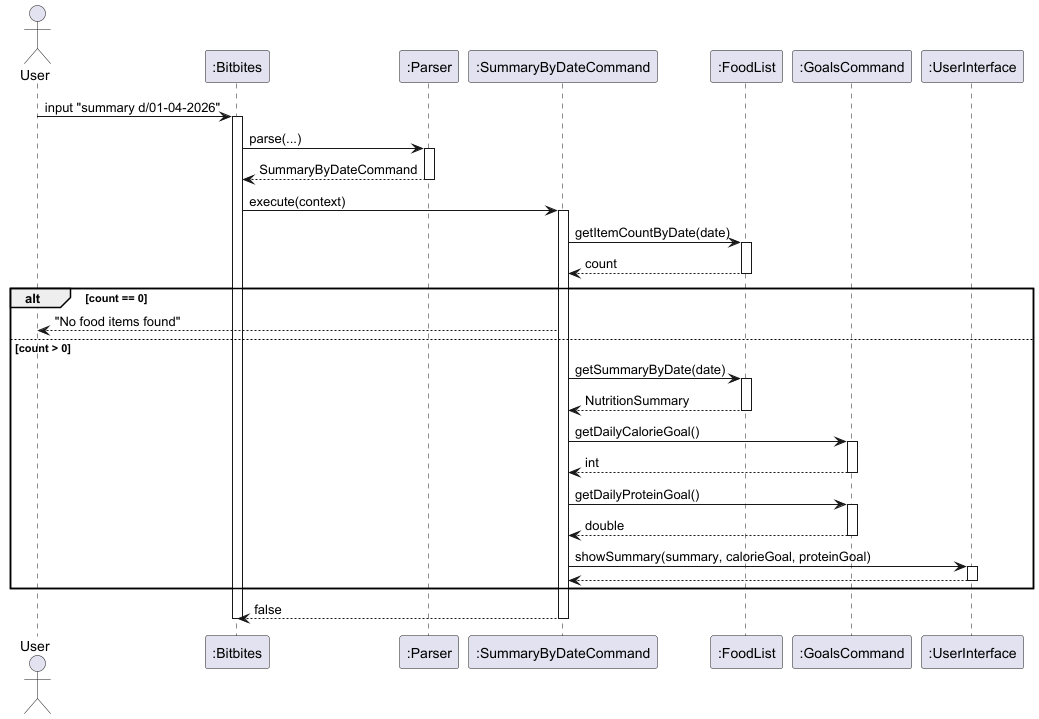
The PlantUML diagram docs/uml/summary_date.png in bryanyeo3125/tp, before a commit. Source of this version:
```plantuml
@startuml
actor User
participant ":Bitbites" as Bitbites
participant ":Parser" as Parser
participant ":SummaryByDateCommand" as Cmd
participant ":FoodList" as FoodList
participant ":GoalsCommand" as Goals
participant ":UserInterface" as UI

User -> Bitbites : input "summary d/01-04-2026"
activate Bitbites

Bitbites -> Parser : parse(...)
activate Parser
Parser --> Bitbites : SummaryByDateCommand
deactivate Parser

Bitbites -> Cmd : execute(context)
activate Cmd

Cmd -> FoodList : getItemCountByDate(date)
activate FoodList
FoodList --> Cmd : count
deactivate FoodList

alt count == 0
    Cmd --> User : "No food items found"
else count > 0
    Cmd -> FoodList : getSummaryByDate(date)
    activate FoodList
    FoodList --> Cmd : NutritionSummary
    deactivate FoodList

    Cmd -> Goals : getDailyCalorieGoal()
    activate Goals
    Goals --> Cmd : int
    deactivate Goals

    Cmd -> Goals : getDailyProteinGoal()
    activate Goals
    Goals --> Cmd : double
    deactivate Goals

    Cmd -> UI : showSummary(summary, calorieGoal, proteinGoal)
    activate UI
    UI --> Cmd
    deactivate UI
end

Cmd --> Bitbites : false
deactivate Cmd
deactivate Bitbites
@enduml
```
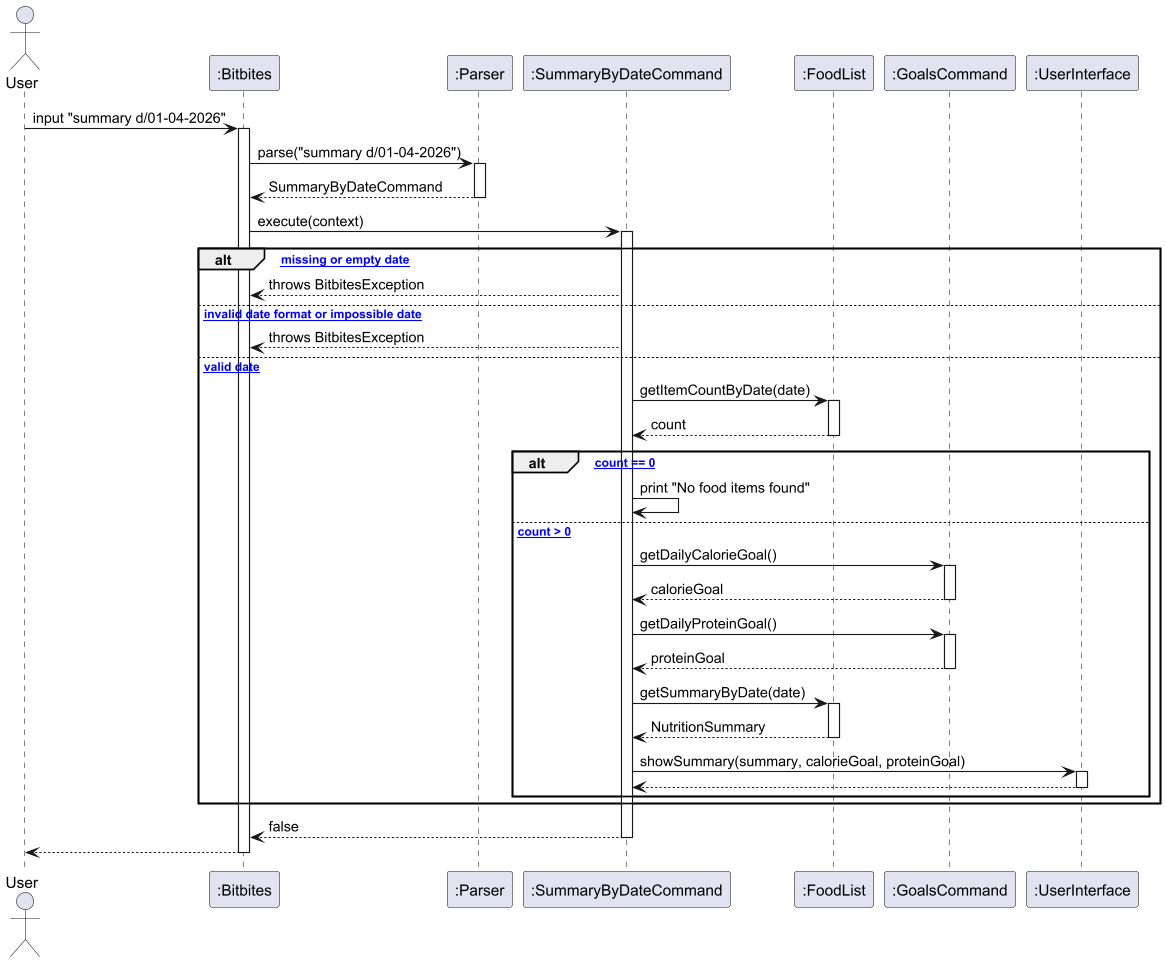
After the commit.

Change to the diagram source:
```diff
@@ -2,52 +2,60 @@
 actor User
 participant ":Bitbites" as Bitbites
 participant ":Parser" as Parser
-participant ":SummaryByDateCommand" as Cmd
+participant ":SummaryByDateCommand" as SummaryByDateCommand
 participant ":FoodList" as FoodList
-participant ":GoalsCommand" as Goals
+participant ":GoalsCommand" as GoalsCommand
 participant ":UserInterface" as UI
 
 User -> Bitbites : input "summary d/01-04-2026"
 activate Bitbites
 
-Bitbites -> Parser : parse(...)
+Bitbites -> Parser : parse("summary d/01-04-2026")
 activate Parser
 Parser --> Bitbites : SummaryByDateCommand
 deactivate Parser
 
-Bitbites -> Cmd : execute(context)
-activate Cmd
+Bitbites -> SummaryByDateCommand : execute(context)
+activate SummaryByDateCommand
 
-Cmd -> FoodList : getItemCountByDate(date)
-activate FoodList
-FoodList --> Cmd : count
-deactivate FoodList
+alt [* missing or empty date]
+  SummaryByDateCommand --> Bitbites : throws BitbitesException
+else [* invalid date format or impossible date]
+  SummaryByDateCommand --> Bitbites : throws BitbitesException
+else [* valid date]
+  SummaryByDateCommand -> FoodList : getItemCountByDate(date)
+  activate FoodList
+  FoodList --> SummaryByDateCommand : count
+  deactivate FoodList
 
-alt count == 0
-    Cmd --> User : "No food items found"
-else count > 0
-    Cmd -> FoodList : getSummaryByDate(date)
+  alt [* count == 0]
+    SummaryByDateCommand -> SummaryByDateCommand : print "No food items found"
+  else [* count > 0]
+    SummaryByDateCommand -> GoalsCommand : getDailyCalorieGoal()
+    activate GoalsCommand
+    GoalsCommand --> SummaryByDateCommand : calorieGoal
+    deactivate GoalsCommand
+
+    SummaryByDateCommand -> GoalsCommand : getDailyProteinGoal()
+    activate GoalsCommand
+    GoalsCommand --> SummaryByDateCommand : proteinGoal
+    deactivate GoalsCommand
+
+    SummaryByDateCommand -> FoodList : getSummaryByDate(date)
     activate FoodList
-    FoodList --> Cmd : NutritionSummary
+    FoodList --> SummaryByDateCommand : NutritionSummary
     deactivate FoodList
 
-    Cmd -> Goals : getDailyCalorieGoal()
-    activate Goals
-    Goals --> Cmd : int
-    deactivate Goals
-
-    Cmd -> Goals : getDailyProteinGoal()
-    activate Goals
-    Goals --> Cmd : double
-    deactivate Goals
-
-    Cmd -> UI : showSummary(summary, calorieGoal, proteinGoal)
+    SummaryByDateCommand -> UI : showSummary(summary, calorieGoal, proteinGoal)
     activate UI
-    UI --> Cmd
+    UI --> SummaryByDateCommand
     deactivate UI
+  end
 end
 
-Cmd --> Bitbites : false
-deactivate Cmd
+SummaryByDateCommand --> Bitbites : false
+deactivate SummaryByDateCommand
+
+Bitbites --> User
 deactivate Bitbites
 @enduml
```
